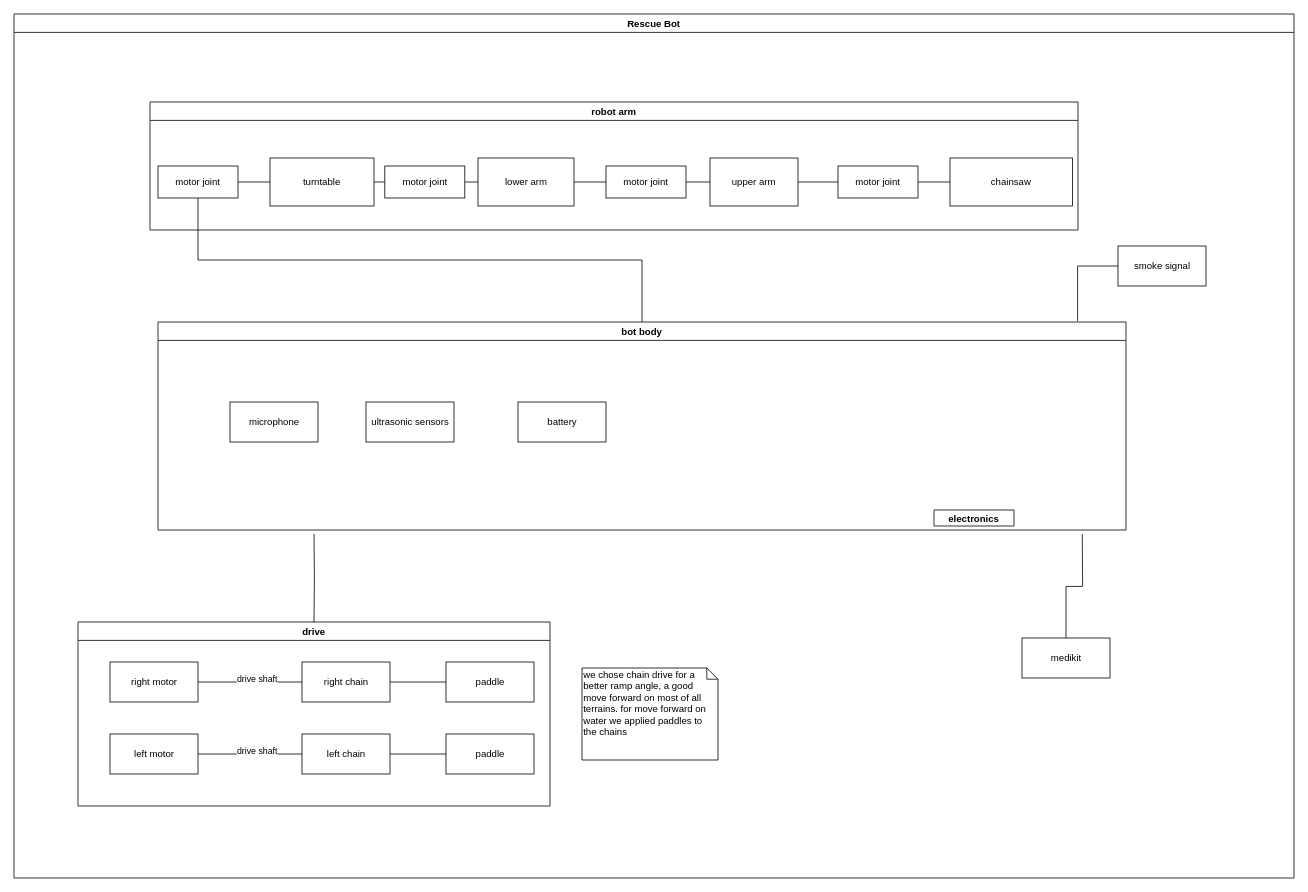
This is REVISION/diagrams/in_progress/mechanical_copmosite_structure_diagram.drawio from mjathe/Rescue-Bot-Gruppe1, a draw.io file, before an edit. Source tidied: cells renumbered, new cells numbered last; positions are measured from the earlier drawing's top-left corner, leaving out a move shared by most shapes. Both pictures are drawn from the tidied source at 80%, with x=0, y=0 at pixel (14, 14).
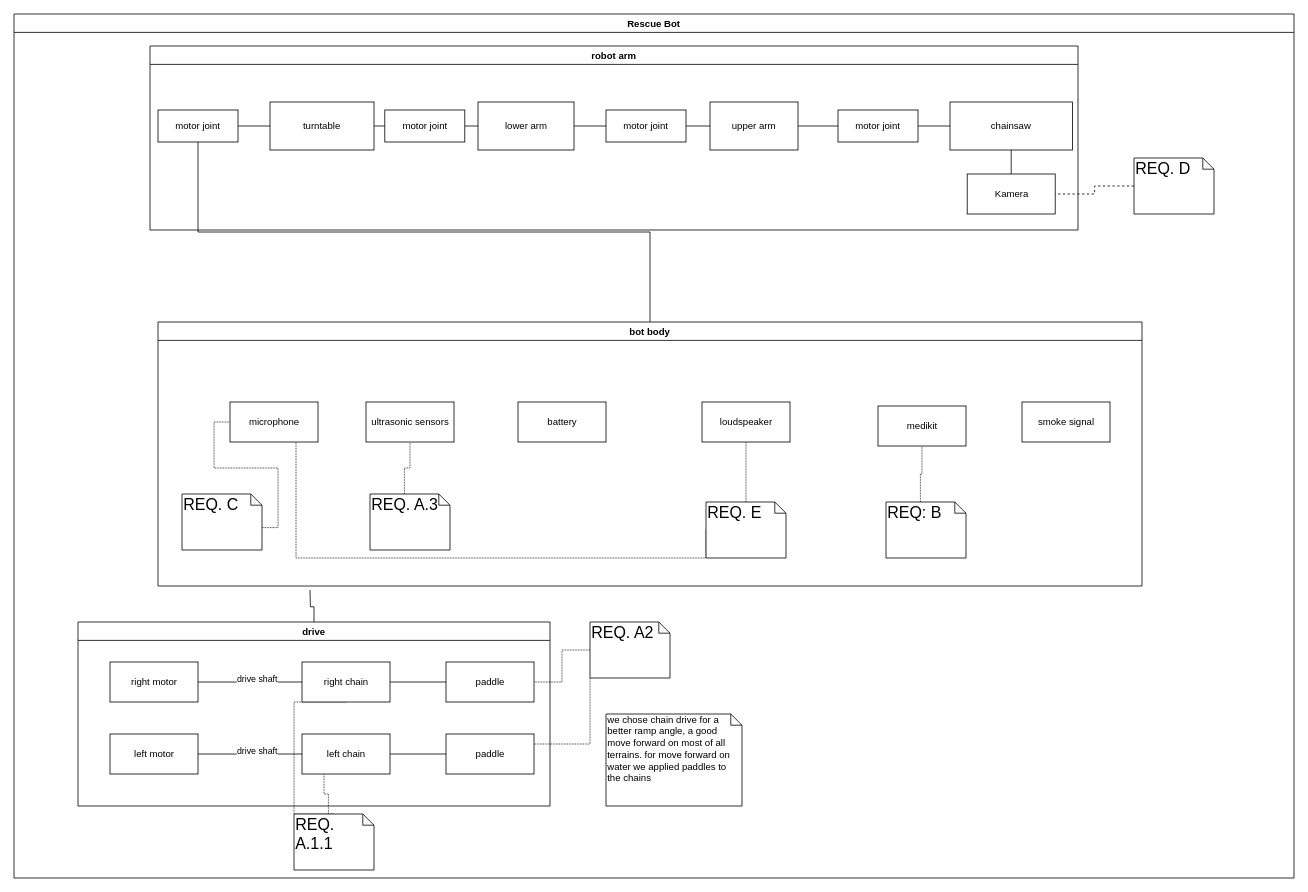
The same page after the edit.

The change refers to these unchanged cells:
```xml
<mxCell id="2" value="Rescue Bot" style="swimlane;" parent="1" vertex="1">
  <mxGeometry width="1600" height="1080" as="geometry" />
</mxCell>
<mxCell id="3" value="drive" style="swimlane;" parent="2" vertex="1">
  <mxGeometry x="80" y="760" width="590" height="230" as="geometry" />
</mxCell>
<mxCell id="8" value="right chain" style="html=1;" parent="3" vertex="1">
  <mxGeometry x="280" y="50" width="110" height="50" as="geometry" />
</mxCell>
<mxCell id="14" value="paddle" style="html=1;" parent="3" vertex="1">
  <mxGeometry x="460" y="50" width="110" height="50" as="geometry" />
</mxCell>
<mxCell id="15" value="paddle" style="html=1;" parent="3" vertex="1">
  <mxGeometry x="460" y="140" width="110" height="50" as="geometry" />
</mxCell>
<mxCell id="18" value="chainsaw" style="whiteSpace=wrap;html=1;align=center;" parent="17" vertex="1">
  <mxGeometry x="1000" y="70" width="153" height="60" as="geometry" />
</mxCell>
<mxCell id="35" value="microphone" style="html=1;" parent="34" vertex="1">
  <mxGeometry x="90" y="100" width="110" height="50" as="geometry" />
</mxCell>
<mxCell id="36" value="ultrasonic sensors" style="html=1;" parent="34" vertex="1">
  <mxGeometry x="260" y="100" width="110" height="50" as="geometry" />
</mxCell>
```

Diff of the diagram source:
```diff
@@
+    <mxCell id="44" style="edgeStyle=orthogonalEdgeStyle;rounded=0;jettySize=auto;html=1;exitX=0.5;exitY=0;exitDx=0;exitDy=0;exitPerimeter=0;entryX=0.5;entryY=1;entryDx=0;entryDy=0;dashed=1;dashPattern=1 1;endArrow=none;endFill=0;" parent="2" edge="1" source="58" target="8">
+      <mxGeometry relative="1" as="geometry">
+        <Array as="points">
+          <mxPoint x="350" y="1000" />
+          <mxPoint x="350" y="860" />
+        </Array>
+      </mxGeometry>
+    </mxCell>
@@
-    <mxCell id="11" value="left chain" style="html=1;" parent="3" vertex="1">
-      <mxGeometry x="280" y="140" width="110" height="50" as="geometry" />
-    </mxCell>
@@
-    <mxCell id="16" value="electronics" style="swimlane;" parent="2" vertex="1" collapsed="1">
-      <mxGeometry x="1150" y="620" width="100" height="20" as="geometry" />
-    </mxCell>
+    <mxCell id="11" value="left chain" style="html=1;" parent="3" vertex="1">
+      <mxGeometry x="280" y="140" width="110" height="50" as="geometry" />
+    </mxCell>
     <mxCell id="17" value="robot arm" style="swimlane;" parent="2" vertex="1">
-      <mxGeometry x="170" y="110" width="1160" height="160" as="geometry" />
+      <mxGeometry x="170" y="40" width="1160" height="230" as="geometry" />
     </mxCell>
+    <mxCell id="45" style="edgeStyle=orthogonalEdgeStyle;rounded=0;jettySize=auto;html=1;exitX=0.5;exitY=1;exitDx=0;exitDy=0;entryX=0.5;entryY=0;entryDx=0;entryDy=0;endArrow=none;endFill=0;fontSize=12;" parent="17" edge="1" source="18" target="46">
+      <mxGeometry relative="1" as="geometry" />
+    </mxCell>
@@
+    <mxCell id="46" value="Kamera" style="html=1;fontSize=12;" parent="17" vertex="1">
+      <mxGeometry x="1021.5" y="160" width="110" height="50" as="geometry" />
+    </mxCell>
     <mxCell id="33" value="we chose chain drive for a better ramp angle, a good move forward on most of all terrains. for move forward on water we applied paddles to the chains" style="shape=note;whiteSpace=wrap;html=1;size=14;verticalAlign=top;align=left;spacingTop=-6;" parent="2" vertex="1">
-      <mxGeometry x="710" y="817.5" width="170" height="115" as="geometry" />
+      <mxGeometry x="740" y="875" width="170" height="115" as="geometry" />
     </mxCell>
     <mxCell id="34" value="bot body" style="swimlane;" parent="2" vertex="1">
-      <mxGeometry x="180" y="385" width="1210" height="260" as="geometry" />
+      <mxGeometry x="180" y="385" width="1230" height="330" as="geometry" />
     </mxCell>
@@
+    <mxCell id="40" value="medikit" style="html=1;" parent="34" vertex="1">
+      <mxGeometry x="900" y="105" width="110" height="50" as="geometry" />
+    </mxCell>
+    <mxCell id="47" style="edgeStyle=orthogonalEdgeStyle;rounded=0;jettySize=auto;html=1;exitX=0;exitY=0;exitDx=43;exitDy=0;exitPerimeter=0;entryX=0.5;entryY=1;entryDx=0;entryDy=0;dashed=1;dashPattern=1 1;endArrow=none;endFill=0;fontSize=20;" parent="34" edge="1" source="48" target="36">
+      <mxGeometry relative="1" as="geometry" />
+    </mxCell>
+    <mxCell id="48" value="REQ. A.3" style="shape=note;whiteSpace=wrap;html=1;size=14;verticalAlign=top;align=left;spacingTop=-6;fontSize=20;" parent="34" vertex="1">
+      <mxGeometry x="265" y="215" width="100" height="70" as="geometry" />
+    </mxCell>
+    <mxCell id="49" value="&lt;font style=&quot;font-size: 20px&quot;&gt;REQ. C&lt;/font&gt;" style="shape=note;whiteSpace=wrap;html=1;size=14;verticalAlign=top;align=left;spacingTop=-6;fontSize=20;" parent="34" vertex="1">
+      <mxGeometry x="30" y="215" width="100" height="70" as="geometry" />
+    </mxCell>
+    <mxCell id="50" style="edgeStyle=orthogonalEdgeStyle;rounded=0;jettySize=auto;html=1;exitX=0;exitY=0;exitDx=100;exitDy=42;exitPerimeter=0;entryX=0;entryY=0.5;entryDx=0;entryDy=0;dashed=1;dashPattern=1 1;endArrow=none;endFill=0;fontSize=20;" parent="34" edge="1" source="49" target="35">
+      <mxGeometry relative="1" as="geometry" />
+    </mxCell>
+    <mxCell id="51" style="edgeStyle=orthogonalEdgeStyle;rounded=0;jettySize=auto;html=1;exitX=0;exitY=0;exitDx=43;exitDy=0;exitPerimeter=0;entryX=0.5;entryY=1;entryDx=0;entryDy=0;dashed=1;dashPattern=1 1;endArrow=none;endFill=0;fontSize=20;" parent="34" edge="1" source="52" target="40">
+      <mxGeometry relative="1" as="geometry" />
+    </mxCell>
+    <mxCell id="52" value="REQ: B" style="shape=note;whiteSpace=wrap;html=1;size=14;verticalAlign=top;align=left;spacingTop=-6;fontSize=20;" parent="34" vertex="1">
+      <mxGeometry x="910" y="225" width="100" height="70" as="geometry" />
+    </mxCell>
+    <mxCell id="53" value="loudspeaker" style="html=1;fontSize=12;" parent="34" vertex="1">
+      <mxGeometry x="680" y="100" width="110" height="50" as="geometry" />
+    </mxCell>
+    <mxCell id="54" style="edgeStyle=orthogonalEdgeStyle;rounded=0;jettySize=auto;html=1;exitX=0;exitY=0.5;exitDx=0;exitDy=0;exitPerimeter=0;entryX=0.75;entryY=1;entryDx=0;entryDy=0;dashed=1;dashPattern=1 1;endArrow=none;endFill=0;fontSize=12;" parent="34" edge="1" source="56" target="35">
+      <mxGeometry relative="1" as="geometry">
+        <Array as="points">
+          <mxPoint x="685" y="295" />
+          <mxPoint x="173" y="295" />
+        </Array>
+      </mxGeometry>
+    </mxCell>
+    <mxCell id="55" style="edgeStyle=orthogonalEdgeStyle;rounded=0;jettySize=auto;html=1;exitX=0.5;exitY=0;exitDx=0;exitDy=0;exitPerimeter=0;entryX=0.5;entryY=1;entryDx=0;entryDy=0;dashed=1;dashPattern=1 1;endArrow=none;endFill=0;fontSize=12;" parent="34" edge="1" source="56" target="53">
+      <mxGeometry relative="1" as="geometry" />
+    </mxCell>
+    <mxCell id="56" value="REQ. E" style="shape=note;whiteSpace=wrap;html=1;size=14;verticalAlign=top;align=left;spacingTop=-6;fontSize=20;" parent="34" vertex="1">
+      <mxGeometry x="685" y="225" width="100" height="70" as="geometry" />
+    </mxCell>
+    <mxCell id="42" value="smoke signal" style="html=1;" parent="34" vertex="1">
+      <mxGeometry x="1080" y="100" width="110" height="50" as="geometry" />
+    </mxCell>
@@
     <mxCell id="39" style="edgeStyle=orthogonalEdgeStyle;rounded=0;jettySize=auto;html=1;entryX=0.5;entryY=0;entryDx=0;entryDy=0;endArrow=none;endFill=0;" parent="2" edge="1" target="3">
       <mxGeometry relative="1" as="geometry">
-        <mxPoint x="375" y="650" as="sourcePoint" />
+        <mxPoint x="370" y="720" as="sourcePoint" />
       </mxGeometry>
     </mxCell>
-    <mxCell id="40" value="medikit" style="html=1;" parent="2" vertex="1">
-      <mxGeometry x="1260" y="780" width="110" height="50" as="geometry" />
-    </mxCell>
-    <mxCell id="41" style="edgeStyle=orthogonalEdgeStyle;rounded=0;jettySize=auto;html=1;exitX=0;exitY=0.5;exitDx=0;exitDy=0;entryX=0.95;entryY=-0.004;entryDx=0;entryDy=0;entryPerimeter=0;endArrow=none;endFill=0;" parent="2" edge="1" source="42" target="34">
-      <mxGeometry relative="1" as="geometry" />
-    </mxCell>
-    <mxCell id="42" value="smoke signal" style="html=1;" parent="2" vertex="1">
-      <mxGeometry x="1380" y="290" width="110" height="50" as="geometry" />
-    </mxCell>
-    <mxCell id="43" style="edgeStyle=orthogonalEdgeStyle;rounded=0;jettySize=auto;html=1;exitX=0.5;exitY=0;exitDx=0;exitDy=0;endArrow=none;endFill=0;" parent="1" edge="1" source="40">
-      <mxGeometry relative="1" as="geometry">
-        <mxPoint x="1335.3" y="650" as="targetPoint" />
-      </mxGeometry>
-    </mxCell>
+    <mxCell id="57" style="edgeStyle=orthogonalEdgeStyle;rounded=0;jettySize=auto;html=1;exitX=0;exitY=0;exitDx=43;exitDy=0;exitPerimeter=0;entryX=0.25;entryY=1;entryDx=0;entryDy=0;endArrow=none;endFill=0;dashed=1;dashPattern=1 1;" parent="2" edge="1" source="58" target="11">
+      <mxGeometry relative="1" as="geometry" />
+    </mxCell>
+    <mxCell id="58" value="&lt;font style=&quot;font-size: 20px&quot;&gt;REQ. A.1.1&lt;/font&gt;" style="shape=note;whiteSpace=wrap;html=1;size=14;verticalAlign=top;align=left;spacingTop=-6;fontSize=20;" parent="2" vertex="1">
+      <mxGeometry x="350" y="1000" width="100" height="70" as="geometry" />
+    </mxCell>
+    <mxCell id="59" style="edgeStyle=orthogonalEdgeStyle;rounded=0;jettySize=auto;html=1;exitX=0;exitY=0.5;exitDx=0;exitDy=0;exitPerimeter=0;entryX=1;entryY=0.5;entryDx=0;entryDy=0;dashed=1;dashPattern=1 1;endArrow=none;endFill=0;" parent="2" edge="1" source="61" target="14">
+      <mxGeometry relative="1" as="geometry" />
+    </mxCell>
+    <mxCell id="60" style="edgeStyle=orthogonalEdgeStyle;rounded=0;jettySize=auto;html=1;exitX=0;exitY=1;exitDx=0;exitDy=0;exitPerimeter=0;entryX=1;entryY=0.25;entryDx=0;entryDy=0;dashed=1;dashPattern=1 1;endArrow=none;endFill=0;" parent="2" edge="1" source="61" target="15">
+      <mxGeometry relative="1" as="geometry" />
+    </mxCell>
+    <mxCell id="61" value="&lt;font style=&quot;font-size: 20px&quot;&gt;REQ. A2&lt;/font&gt;" style="shape=note;whiteSpace=wrap;html=1;size=14;verticalAlign=top;align=left;spacingTop=-6;fontSize=20;" parent="2" vertex="1">
+      <mxGeometry x="720" y="760" width="100" height="70" as="geometry" />
+    </mxCell>
+    <mxCell id="62" style="edgeStyle=orthogonalEdgeStyle;rounded=0;jettySize=auto;html=1;exitX=0;exitY=0.5;exitDx=0;exitDy=0;exitPerimeter=0;entryX=1;entryY=0.5;entryDx=0;entryDy=0;endArrow=none;endFill=0;fontSize=20;dashed=1;" parent="2" edge="1" source="63" target="46">
+      <mxGeometry relative="1" as="geometry" />
+    </mxCell>
+    <mxCell id="63" value="REQ. D" style="shape=note;whiteSpace=wrap;html=1;size=14;verticalAlign=top;align=left;spacingTop=-6;fontSize=20;" parent="2" vertex="1">
+      <mxGeometry x="1400" y="180" width="100" height="70" as="geometry" />
+    </mxCell>
```
